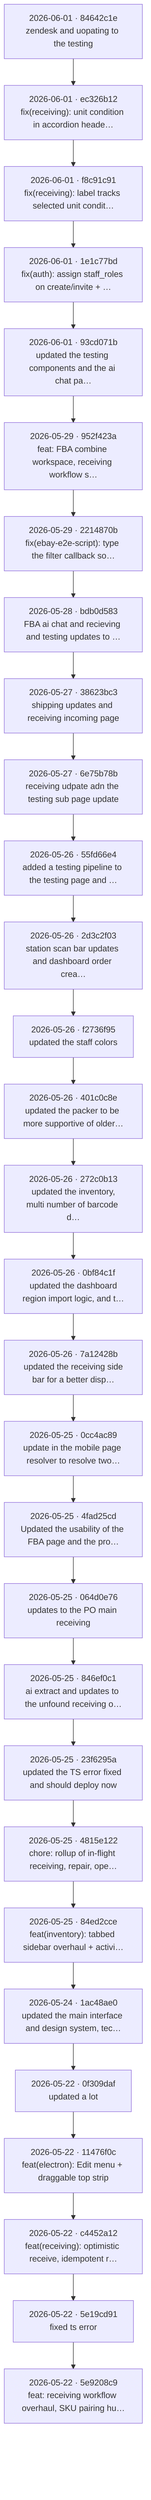
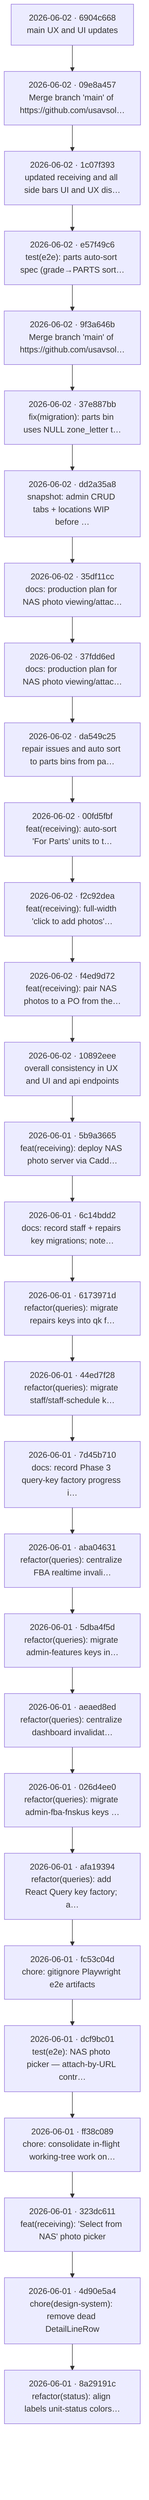
flowchart TB
-   c0["2026-06-01 · 84642c1e<br/>zendesk and uopating to the testing"]
-   c1["2026-06-01 · ec326b12<br/>fix(receiving): unit condition in accordion heade…"]
+   c0["2026-06-02 · 6904c668<br/>main UX and UI updates"]
+   c1["2026-06-02 · 09e8a457<br/>Merge branch 'main' of https://github.com/usavsol…"]
  c0 --> c1
-   c2["2026-06-01 · f8c91c91<br/>fix(receiving): label tracks selected unit condit…"]
+   c2["2026-06-02 · 1c07f393<br/>updated receiving and all side bars UI and UX dis…"]
  c1 --> c2
-   c3["2026-06-01 · 1e1c77bd<br/>fix(auth): assign staff_roles on create/invite + …"]
+   c3["2026-06-02 · e57f49c6<br/>test(e2e): parts auto-sort spec (grade→PARTS sort…"]
  c2 --> c3
-   c4["2026-06-01 · 93cd071b<br/>updated the testing components and the ai chat pa…"]
+   c4["2026-06-02 · 9f3a646b<br/>Merge branch 'main' of https://github.com/usavsol…"]
  c3 --> c4
-   c5["2026-05-29 · 952f423a<br/>feat: FBA combine workspace, receiving workflow s…"]
+   c5["2026-06-02 · 37e887bb<br/>fix(migration): parts bin uses NULL zone_letter t…"]
  c4 --> c5
-   c6["2026-05-29 · 2214870b<br/>fix(ebay-e2e-script): type the filter callback so…"]
+   c6["2026-06-02 · dd2a35a8<br/>snapshot: admin CRUD tabs + locations WIP before …"]
  c5 --> c6
-   c7["2026-05-28 · bdb0d583<br/>FBA ai chat and recieving and testing updates to …"]
+   c7["2026-06-02 · 35df11cc<br/>docs: production plan for NAS photo viewing/attac…"]
  c6 --> c7
-   c8["2026-05-27 · 38623bc3<br/>shipping updates and receiving incoming page"]
+   c8["2026-06-02 · 37fdd6ed<br/>docs: production plan for NAS photo viewing/attac…"]
  c7 --> c8
-   c9["2026-05-27 · 6e75b78b<br/>receiving udpate adn the testing sub page update"]
+   c9["2026-06-02 · da549c25<br/>repair issues and auto sort to parts bins from pa…"]
  c8 --> c9
-   c10["2026-05-26 · 55fd66e4<br/>added a testing pipeline to the testing page and …"]
+   c10["2026-06-02 · 00fd5fbf<br/>feat(receiving): auto-sort 'For Parts' units to t…"]
  c9 --> c10
-   c11["2026-05-26 · 2d3c2f03<br/>station scan bar updates and dashboard order crea…"]
+   c11["2026-06-02 · f2c92dea<br/>feat(receiving): full-width 'click to add photos'…"]
  c10 --> c11
-   c12["2026-05-26 · f2736f95<br/>updated the staff colors"]
+   c12["2026-06-02 · f4ed9d72<br/>feat(receiving): pair NAS photos to a PO from the…"]
  c11 --> c12
-   c13["2026-05-26 · 401c0c8e<br/>updated the packer to be more supportive of older…"]
+   c13["2026-06-02 · 10892eee<br/>overall consistency in UX and UI and api endpoints"]
  c12 --> c13
-   c14["2026-05-26 · 272c0b13<br/> updated the inventory, multi number of barcode d…"]
+   c14["2026-06-01 · 5b9a3665<br/>feat(receiving): deploy NAS photo server via Cadd…"]
  c13 --> c14
-   c15["2026-05-26 · 0bf84c1f<br/> updated the dashboard region import logic, and t…"]
+   c15["2026-06-01 · 6c14bdd2<br/>docs: record staff + repairs key migrations; note…"]
  c14 --> c15
-   c16["2026-05-26 · 7a12428b<br/> updated the receiving side bar for a better disp…"]
+   c16["2026-06-01 · 6173971d<br/>refactor(queries): migrate repairs keys into qk f…"]
  c15 --> c16
-   c17["2026-05-25 · 0cc4ac89<br/>update in the mobile page resolver to resolve two…"]
+   c17["2026-06-01 · 44ed7f28<br/>refactor(queries): migrate staff/staff-schedule k…"]
  c16 --> c17
-   c18["2026-05-25 · 4fad25cd<br/>Updated the usability of the FBA page and the pro…"]
+   c18["2026-06-01 · 7d45b710<br/>docs: record Phase 3 query-key factory progress i…"]
  c17 --> c18
-   c19["2026-05-25 · 064d0e76<br/>updates to the PO main receiving"]
+   c19["2026-06-01 · aba04631<br/>refactor(queries): centralize FBA realtime invali…"]
  c18 --> c19
-   c20["2026-05-25 · 846ef0c1<br/>ai extract and updates to the unfound receiving o…"]
+   c20["2026-06-01 · 5dba4f5d<br/>refactor(queries): migrate admin-features keys in…"]
  c19 --> c20
-   c21["2026-05-25 · 23f6295a<br/>updated the TS error fixed and should deploy now"]
+   c21["2026-06-01 · aeaed8ed<br/>refactor(queries): centralize dashboard invalidat…"]
  c20 --> c21
-   c22["2026-05-25 · 4815e122<br/>chore: rollup of in-flight receiving, repair, ope…"]
+   c22["2026-06-01 · 026d4ee0<br/>refactor(queries): migrate admin-fba-fnskus keys …"]
  c21 --> c22
-   c23["2026-05-25 · 84ed2cce<br/>feat(inventory): tabbed sidebar overhaul + activi…"]
+   c23["2026-06-01 · afa19394<br/>refactor(queries): add React Query key factory; a…"]
  c22 --> c23
-   c24["2026-05-24 · 1ac48ae0<br/>updated the main interface and design system, tec…"]
+   c24["2026-06-01 · fc53c04d<br/>chore: gitignore Playwright e2e artifacts"]
  c23 --> c24
-   c25["2026-05-22 · 0f309daf<br/>updated a lot"]
+   c25["2026-06-01 · dcf9bc01<br/>test(e2e): NAS photo picker — attach-by-URL contr…"]
  c24 --> c25
-   c26["2026-05-22 · 11476f0c<br/>feat(electron): Edit menu + draggable top strip"]
+   c26["2026-06-01 · ff38c089<br/>chore: consolidate in-flight working-tree work on…"]
  c25 --> c26
-   c27["2026-05-22 · c4452a12<br/>feat(receiving): optimistic receive, idempotent r…"]
+   c27["2026-06-01 · 323dc611<br/>feat(receiving): 'Select from NAS' photo picker"]
  c26 --> c27
-   c28["2026-05-22 · 5e19cd91<br/>fixed ts error"]
+   c28["2026-06-01 · 4d90e5a4<br/>chore(design-system): remove dead DetailLineRow"]
  c27 --> c28
-   c29["2026-05-22 · 5e9208c9<br/>feat: receiving workflow overhaul, SKU pairing hu…"]
+   c29["2026-06-01 · 8a29191c<br/>refactor(status): align labels unit-status colors…"]
  c28 --> c29